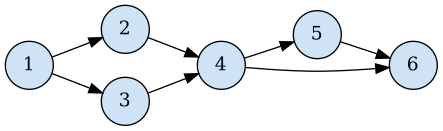
Earlier version of the Graphviz export examples/out/08_gfa_input.png (NafisehJ/diploidgraph). Its source is kept beside it as examples/out/08_gfa_input.dot. The source it was exported from:
```dot
digraph G {
  rankdir=LR;
  node [shape=circle, style=filled, fillcolor="#cfe3f7"];
  "1";
  "2";
  "3";
  "4";
  "5";
  "6";
  "1" -> "2";
  "1" -> "3";
  "2" -> "4";
  "3" -> "4";
  "4" -> "5";
  "4" -> "6";
  "5" -> "6";
}
```
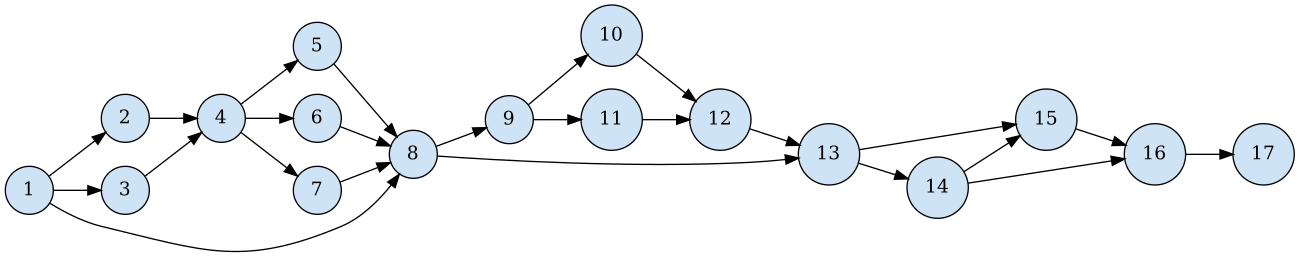
The same diagram one commit later.

Change to the diagram source:
```diff
@@ -7,11 +7,39 @@
   "4";
   "5";
   "6";
+  "7";
+  "8";
+  "9";
+  "10";
+  "11";
+  "12";
+  "13";
+  "14";
+  "15";
+  "16";
+  "17";
   "1" -> "2";
   "1" -> "3";
+  "1" -> "8";
+  "10" -> "12";
+  "11" -> "12";
+  "12" -> "13";
+  "13" -> "14";
+  "13" -> "15";
+  "14" -> "15";
+  "14" -> "16";
+  "15" -> "16";
+  "16" -> "17";
   "2" -> "4";
   "3" -> "4";
   "4" -> "5";
   "4" -> "6";
-  "5" -> "6";
+  "4" -> "7";
+  "5" -> "8";
+  "6" -> "8";
+  "7" -> "8";
+  "8" -> "13";
+  "8" -> "9";
+  "9" -> "10";
+  "9" -> "11";
 }
```
